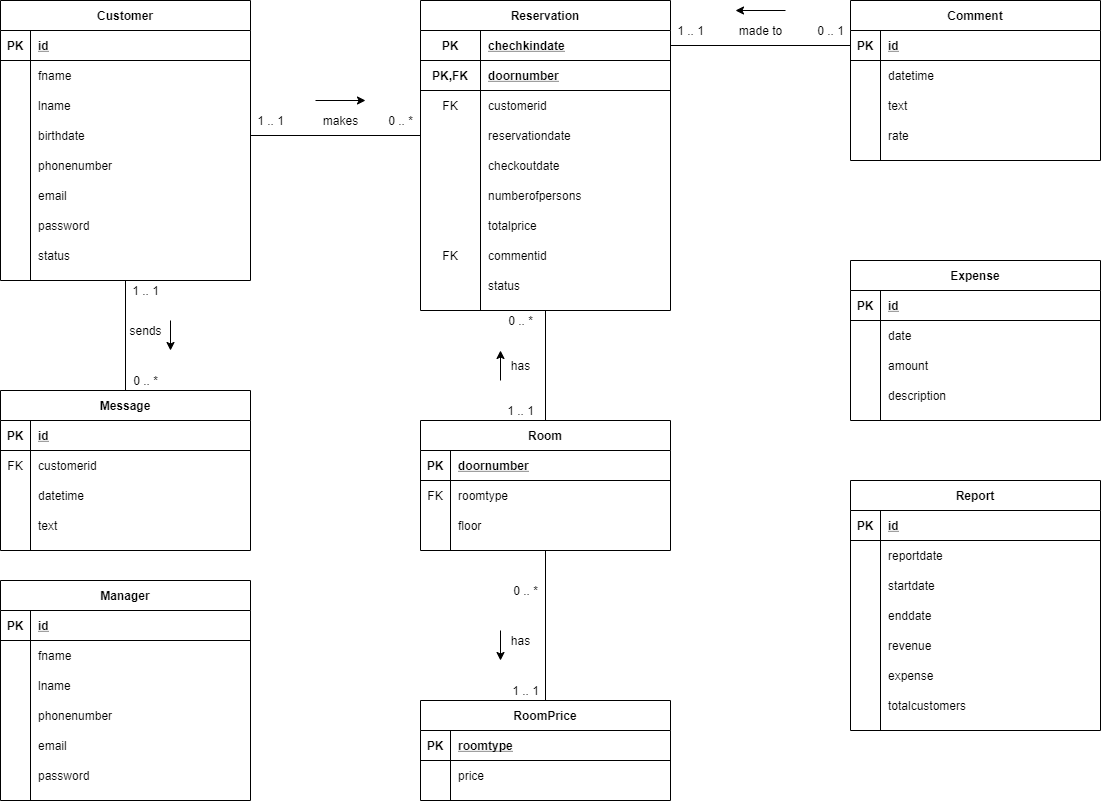
fatihfurkanaydemir/ffahotel keeps this draw.io diagram as erdiagram.png. Above is the earlier version. Source tidied: cells renumbered, new cells last; positions are measured from the earlier drawing's top-left corner, leaving out a move shared by most shapes.
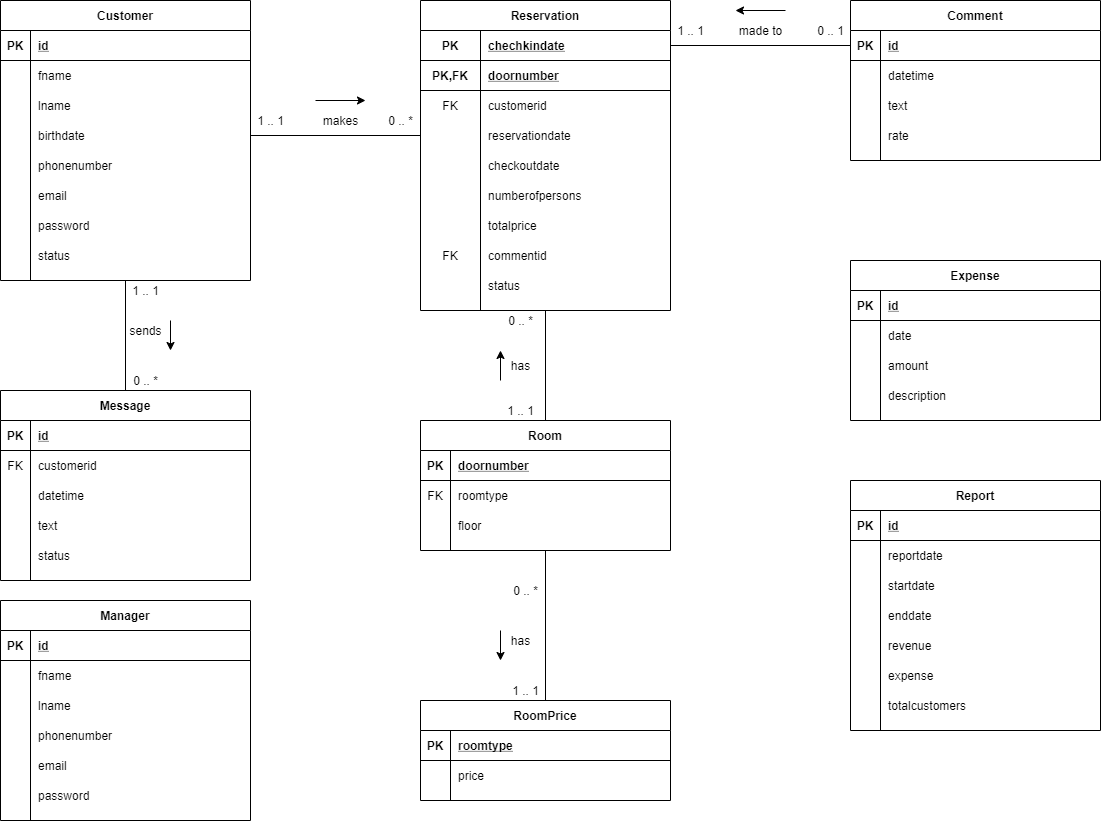
Above is the later version.

Change to the diagram source:
```diff
@@ -429,7 +429,7 @@
       <mxGeometry x="30" width="220" height="30" as="geometry" />
     </mxCell>
     <mxCell id="140" value="Message" style="shape=table;startSize=30;rowLines=0;fontStyle=1;align=center;" parent="1" vertex="1">
-      <mxGeometry y="390" width="250" height="160" as="geometry" />
+      <mxGeometry y="390" width="250" height="190" as="geometry" />
     </mxCell>
     <mxCell id="141" style="shape=partialRectangle;fillColor=none;top=0;left=0;right=0;bottom=1;" parent="140" vertex="1">
       <mxGeometry y="30" width="250" height="30" as="geometry" />
@@ -458,13 +458,22 @@
     <mxCell id="149" value="datetime" style="shape=partialRectangle;overflow=hidden;fillColor=none;top=0;left=0;bottom=0;right=0;align=left;spacingLeft=6;" parent="147" vertex="1">
       <mxGeometry x="30" width="220" height="30" as="geometry" />
     </mxCell>
+    <mxCell id="177" style="shape=partialRectangle;fillColor=none;top=0;left=0;right=0;bottom=0;" parent="140" vertex="1">
+      <mxGeometry y="120" width="250" height="30" as="geometry" />
+    </mxCell>
+    <mxCell id="178" style="shape=partialRectangle;overflow=hidden;fillColor=none;top=0;left=0;bottom=0;right=0;" parent="177" vertex="1">
+      <mxGeometry width="30" height="30" as="geometry" />
+    </mxCell>
+    <mxCell id="179" value="text" style="shape=partialRectangle;overflow=hidden;fillColor=none;top=0;left=0;bottom=0;right=0;align=left;spacingLeft=6;" parent="177" vertex="1">
+      <mxGeometry x="30" width="220" height="30" as="geometry" />
+    </mxCell>
     <mxCell id="150" style="shape=partialRectangle;fillColor=none;top=0;left=0;right=0;bottom=0;" parent="140" vertex="1">
-      <mxGeometry y="120" width="250" height="30" as="geometry" />
+      <mxGeometry y="150" width="250" height="30" as="geometry" />
     </mxCell>
     <mxCell id="151" style="shape=partialRectangle;overflow=hidden;fillColor=none;top=0;left=0;bottom=0;right=0;" parent="150" vertex="1">
       <mxGeometry width="30" height="30" as="geometry" />
     </mxCell>
-    <mxCell id="152" value="text" style="shape=partialRectangle;overflow=hidden;fillColor=none;top=0;left=0;bottom=0;right=0;align=left;spacingLeft=6;" parent="150" vertex="1">
+    <mxCell id="152" value="status" style="shape=partialRectangle;overflow=hidden;fillColor=none;top=0;left=0;bottom=0;right=0;align=left;spacingLeft=6;" parent="150" vertex="1">
       <mxGeometry x="30" width="220" height="30" as="geometry" />
     </mxCell>
     <mxCell id="153" style="endArrow=none;html=1;exitX=0.5;exitY=0;exitDx=0;exitDy=0;entryX=0.5;entryY=1;entryDx=0;entryDy=0;" parent="1" edge="1" source="140" target="2">
@@ -486,7 +495,7 @@
       <mxGeometry x="125" y="280" width="40" height="20" as="geometry" />
     </mxCell>
     <mxCell id="158" value="Manager" style="shape=table;startSize=30;rowLines=0;fontStyle=1;align=center;" parent="1" vertex="1">
-      <mxGeometry y="580" width="250" height="220" as="geometry" />
+      <mxGeometry y="600" width="250" height="220" as="geometry" />
     </mxCell>
     <mxCell id="159" style="shape=partialRectangle;fillColor=none;top=0;left=0;right=0;bottom=1;" parent="158" vertex="1">
       <mxGeometry y="30" width="250" height="30" as="geometry" />
```
